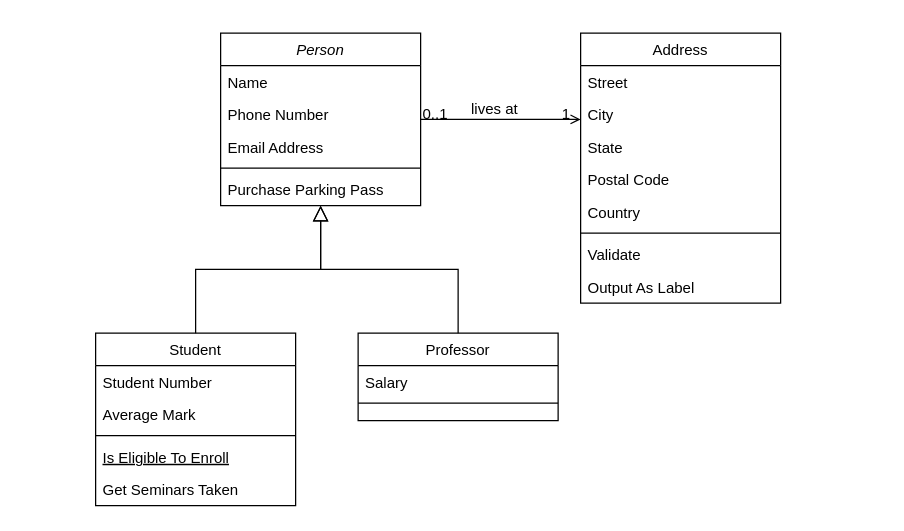
Before: planning/Untitled Diagram.drawio in TeyyaM/gitToDo, a draw.io diagram. Source tidied: cells renumbered, new cells numbered last; positions are measured from the earlier drawing's top-left corner, leaving out a move shared by most shapes. Both pictures are drawn from the tidied source at 125%, with x=0, y=0 at pixel (95, 32).
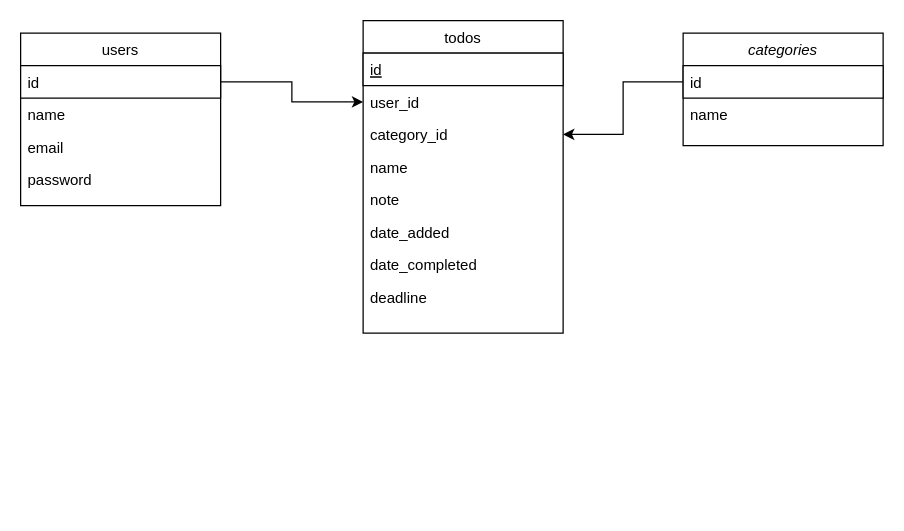
The same page after the edit.

What changed in the source:
```diff
@@
-    <mxCell id="2" value="Person" style="swimlane;fontStyle=2;align=center;verticalAlign=top;horizontal=1;startSize=26;rounded=0;shadow=0;strokeWidth=1;" parent="1" vertex="1">
-      <mxGeometry x="100" width="160" height="138" as="geometry" />
+    <mxCell id="2" value="categories" style="swimlane;fontStyle=2;align=center;verticalAlign=top;horizontal=1;startSize=26;rounded=0;shadow=0;strokeWidth=1;" parent="1" vertex="1">
+      <mxGeometry x="470" width="160" height="90" as="geometry" />
     </mxCell>
-    <mxCell id="3" value="Name" style="text;align=left;verticalAlign=top;spacingLeft=4;spacingRight=4;overflow=hidden;points=[[0,0.5],[1,0.5]];portConstraint=eastwest;" parent="2" vertex="1">
+    <mxCell id="3" value="id" style="text;align=left;verticalAlign=top;spacingLeft=4;spacingRight=4;overflow=hidden;points=[[0,0.5],[1,0.5]];portConstraint=eastwest;strokeColor=#000000;fillColor=#ffffff;" parent="2" vertex="1">
       <mxGeometry y="26" width="160" height="26" as="geometry" />
     </mxCell>
-    <mxCell id="4" value="Phone Number" style="text;align=left;verticalAlign=top;spacingLeft=4;spacingRight=4;overflow=hidden;rounded=0;shadow=0;html=0;" parent="2" vertex="1">
+    <mxCell id="4" value="name" style="text;align=left;verticalAlign=top;spacingLeft=4;spacingRight=4;overflow=hidden;rounded=0;shadow=0;html=0;" parent="2" vertex="1">
       <mxGeometry y="52" width="160" height="26" as="geometry" />
     </mxCell>
-    <mxCell id="5" value="Email Address" style="text;align=left;verticalAlign=top;spacingLeft=4;spacingRight=4;overflow=hidden;rounded=0;shadow=0;html=0;" parent="2" vertex="1">
-      <mxGeometry y="78" width="160" height="26" as="geometry" />
-    </mxCell>
-    <mxCell id="6" style="line;html=1;strokeWidth=1;align=left;verticalAlign=middle;spacingTop=-1;spacingLeft=3;spacingRight=3;labelPosition=right;" parent="2" vertex="1">
-      <mxGeometry y="104" width="160" height="8" as="geometry" />
-    </mxCell>
-    <mxCell id="7" value="Purchase Parking Pass" style="text;align=left;verticalAlign=top;spacingLeft=4;spacingRight=4;overflow=hidden;" parent="2" vertex="1">
-      <mxGeometry y="112" width="160" height="26" as="geometry" />
-    </mxCell>
-    <mxCell id="8" value="Student" style="swimlane;fontStyle=0;align=center;verticalAlign=top;horizontal=1;startSize=26;rounded=0;shadow=0;strokeWidth=1;" parent="1" vertex="1">
-      <mxGeometry y="240" width="160" height="138" as="geometry" />
+    <mxCell id="8" value="users" style="swimlane;fontStyle=0;align=center;verticalAlign=top;horizontal=1;startSize=26;rounded=0;shadow=0;strokeWidth=1;" parent="1" vertex="1">
+      <mxGeometry x="-60" width="160" height="138" as="geometry" />
     </mxCell>
-    <mxCell id="9" value="Student Number" style="text;align=left;verticalAlign=top;spacingLeft=4;spacingRight=4;overflow=hidden;points=[[0,0.5],[1,0.5]];portConstraint=eastwest;" parent="8" vertex="1">
+    <mxCell id="9" value="id" style="text;align=left;verticalAlign=top;spacingLeft=4;spacingRight=4;overflow=hidden;points=[[0,0.5],[1,0.5]];portConstraint=eastwest;fillColor=#ffffff;strokeColor=#000000;" parent="8" vertex="1">
       <mxGeometry y="26" width="160" height="26" as="geometry" />
     </mxCell>
-    <mxCell id="10" value="Average Mark" style="text;align=left;verticalAlign=top;spacingLeft=4;spacingRight=4;overflow=hidden;rounded=0;shadow=0;html=0;" parent="8" vertex="1">
+    <mxCell id="10" value="name" style="text;align=left;verticalAlign=top;spacingLeft=4;spacingRight=4;overflow=hidden;rounded=0;shadow=0;html=0;" parent="8" vertex="1">
       <mxGeometry y="52" width="160" height="26" as="geometry" />
     </mxCell>
-    <mxCell id="11" style="line;html=1;strokeWidth=1;align=left;verticalAlign=middle;spacingTop=-1;spacingLeft=3;spacingRight=3;labelPosition=right;" parent="8" vertex="1">
-      <mxGeometry y="78" width="160" height="8" as="geometry" />
-    </mxCell>
-    <mxCell id="12" value="Is Eligible To Enroll" style="text;align=left;verticalAlign=top;spacingLeft=4;spacingRight=4;overflow=hidden;fontStyle=4;" parent="8" vertex="1">
-      <mxGeometry y="86" width="160" height="26" as="geometry" />
+    <mxCell id="12" value="email" style="text;align=left;verticalAlign=top;spacingLeft=4;spacingRight=4;overflow=hidden;fontStyle=0;" parent="8" vertex="1">
+      <mxGeometry y="78" width="160" height="26" as="geometry" />
     </mxCell>
-    <mxCell id="13" value="Get Seminars Taken" style="text;align=left;verticalAlign=top;spacingLeft=4;spacingRight=4;overflow=hidden;" parent="8" vertex="1">
-      <mxGeometry y="112" width="160" height="26" as="geometry" />
+    <mxCell id="13" value="password" style="text;align=left;verticalAlign=top;spacingLeft=4;spacingRight=4;overflow=hidden;" parent="8" vertex="1">
+      <mxGeometry y="104" width="160" height="26" as="geometry" />
     </mxCell>
-    <mxCell id="14" style="endArrow=block;endSize=10;endFill=0;shadow=0;strokeWidth=1;rounded=0;edgeStyle=elbowEdgeStyle;elbow=vertical;" parent="1" edge="1" source="8" target="2">
-      <mxGeometry relative="1" as="geometry" />
-    </mxCell>
-    <mxCell id="15" value="Professor" style="swimlane;fontStyle=0;align=center;verticalAlign=top;horizontal=1;startSize=26;rounded=0;shadow=0;strokeWidth=1;" parent="1" vertex="1">
-      <mxGeometry x="210" y="240" width="160" height="70" as="geometry" />
-    </mxCell>
-    <mxCell id="16" value="Salary" style="text;align=left;verticalAlign=top;spacingLeft=4;spacingRight=4;overflow=hidden;" parent="15" vertex="1">
-      <mxGeometry y="26" width="160" height="26" as="geometry" />
-    </mxCell>
-    <mxCell id="17" style="line;html=1;strokeWidth=1;align=left;verticalAlign=middle;spacingTop=-1;spacingLeft=3;spacingRight=3;labelPosition=right;" parent="15" vertex="1">
-      <mxGeometry y="52" width="160" height="8" as="geometry" />
-    </mxCell>
-    <mxCell id="18" style="endArrow=block;endSize=10;endFill=0;shadow=0;strokeWidth=1;rounded=0;edgeStyle=elbowEdgeStyle;elbow=vertical;" parent="1" edge="1" source="15" target="2">
-      <mxGeometry relative="1" as="geometry" />
-    </mxCell>
-    <mxCell id="19" value="Address" style="swimlane;fontStyle=0;align=center;verticalAlign=top;horizontal=1;startSize=26;rounded=0;shadow=0;strokeWidth=1;" parent="1" vertex="1">
-      <mxGeometry x="388" width="160" height="216" as="geometry" />
+    <mxCell id="19" value="todos" style="swimlane;fontStyle=0;align=center;verticalAlign=top;horizontal=1;startSize=26;rounded=0;shadow=0;strokeWidth=1;" parent="1" vertex="1">
+      <mxGeometry x="214" y="-10" width="160" height="250" as="geometry" />
     </mxCell>
-    <mxCell id="20" value="Street" style="text;align=left;verticalAlign=top;spacingLeft=4;spacingRight=4;overflow=hidden;" parent="19" vertex="1">
+    <mxCell id="20" value="id" style="text;align=left;verticalAlign=top;spacingLeft=4;spacingRight=4;overflow=hidden;fontStyle=4;fillColor=#ffffff;strokeColor=#000000;" parent="19" vertex="1">
       <mxGeometry y="26" width="160" height="26" as="geometry" />
     </mxCell>
-    <mxCell id="21" value="City" style="text;align=left;verticalAlign=top;spacingLeft=4;spacingRight=4;overflow=hidden;points=[[0,0.5],[1,0.5]];portConstraint=eastwest;rounded=0;shadow=0;html=0;" parent="19" vertex="1">
+    <mxCell id="21" value="user_id" style="text;align=left;verticalAlign=top;spacingLeft=4;spacingRight=4;overflow=hidden;points=[[0,0.5],[1,0.5]];portConstraint=eastwest;rounded=0;shadow=0;html=0;" parent="19" vertex="1">
       <mxGeometry y="52" width="160" height="26" as="geometry" />
     </mxCell>
-    <mxCell id="22" value="State" style="text;align=left;verticalAlign=top;spacingLeft=4;spacingRight=4;overflow=hidden;points=[[0,0.5],[1,0.5]];portConstraint=eastwest;rounded=0;shadow=0;html=0;" parent="19" vertex="1">
+    <mxCell id="22" value="category_id" style="text;align=left;verticalAlign=top;spacingLeft=4;spacingRight=4;overflow=hidden;points=[[0,0.5],[1,0.5]];portConstraint=eastwest;rounded=0;shadow=0;html=0;" parent="19" vertex="1">
       <mxGeometry y="78" width="160" height="26" as="geometry" />
     </mxCell>
-    <mxCell id="23" value="Postal Code" style="text;align=left;verticalAlign=top;spacingLeft=4;spacingRight=4;overflow=hidden;rounded=0;shadow=0;html=0;" parent="19" vertex="1">
+    <mxCell id="23" value="name" style="text;align=left;verticalAlign=top;spacingLeft=4;spacingRight=4;overflow=hidden;rounded=0;shadow=0;html=0;" parent="19" vertex="1">
       <mxGeometry y="104" width="160" height="26" as="geometry" />
     </mxCell>
-    <mxCell id="24" value="Country" style="text;align=left;verticalAlign=top;spacingLeft=4;spacingRight=4;overflow=hidden;rounded=0;shadow=0;html=0;" parent="19" vertex="1">
+    <mxCell id="24" value="note" style="text;align=left;verticalAlign=top;spacingLeft=4;spacingRight=4;overflow=hidden;rounded=0;shadow=0;html=0;" parent="19" vertex="1">
       <mxGeometry y="130" width="160" height="26" as="geometry" />
     </mxCell>
-    <mxCell id="25" style="line;html=1;strokeWidth=1;align=left;verticalAlign=middle;spacingTop=-1;spacingLeft=3;spacingRight=3;labelPosition=right;" parent="19" vertex="1">
-      <mxGeometry y="156" width="160" height="8" as="geometry" />
-    </mxCell>
-    <mxCell id="26" value="Validate" style="text;align=left;verticalAlign=top;spacingLeft=4;spacingRight=4;overflow=hidden;" parent="19" vertex="1">
-      <mxGeometry y="164" width="160" height="26" as="geometry" />
+    <mxCell id="26" value="date_added" style="text;align=left;verticalAlign=top;spacingLeft=4;spacingRight=4;overflow=hidden;" parent="19" vertex="1">
+      <mxGeometry y="156" width="160" height="26" as="geometry" />
     </mxCell>
-    <mxCell id="27" value="Output As Label" style="text;align=left;verticalAlign=top;spacingLeft=4;spacingRight=4;overflow=hidden;" parent="19" vertex="1">
-      <mxGeometry y="190" width="160" height="26" as="geometry" />
+    <mxCell id="27" value="date_completed" style="text;align=left;verticalAlign=top;spacingLeft=4;spacingRight=4;overflow=hidden;" parent="19" vertex="1">
+      <mxGeometry y="182" width="160" height="26" as="geometry" />
     </mxCell>
-    <mxCell id="28" style="endArrow=open;shadow=0;strokeWidth=1;rounded=0;endFill=1;edgeStyle=elbowEdgeStyle;elbow=vertical;" parent="1" edge="1" source="2" target="19">
-      <mxGeometry x="0.5" y="41" relative="1" as="geometry">
-        <mxPoint x="-40" y="32" as="offset" />
-      </mxGeometry>
-    </mxCell>
-    <mxCell id="29" value="0..1" style="align=left;verticalAlign=bottom;labelBackgroundColor=none;fontSize=12;" parent="28" vertex="1">
-      <mxGeometry x="-1" relative="1" as="geometry">
-        <mxPoint y="4" as="offset" />
-      </mxGeometry>
-    </mxCell>
-    <mxCell id="30" value="1" style="align=right;verticalAlign=bottom;labelBackgroundColor=none;fontSize=12;" parent="28" vertex="1">
-      <mxGeometry x="1" relative="1" as="geometry">
-        <mxPoint x="-7" y="4" as="offset" />
-      </mxGeometry>
-    </mxCell>
-    <mxCell id="31" value="lives at" style="text;html=1;align=center;verticalAlign=middle;labelBackgroundColor=none;rounded=0;shadow=0;strokeWidth=1;fontSize=12;" parent="28" vertex="1">
-      <mxGeometry x="0.5" y="49" relative="1" as="geometry">
-        <mxPoint x="-38" y="40" as="offset" />
-      </mxGeometry>
-    </mxCell>
+    <mxCell id="32" value="deadline" style="text;align=left;verticalAlign=top;spacingLeft=4;spacingRight=4;overflow=hidden;" parent="19" vertex="1">
+      <mxGeometry y="208" width="160" height="26" as="geometry" />
+    </mxCell>
+    <mxCell id="33" style="edgeStyle=orthogonalEdgeStyle;rounded=0;jettySize=auto;html=1;exitX=1;exitY=0.5;exitDx=0;exitDy=0;entryX=0;entryY=0.5;entryDx=0;entryDy=0;" parent="1" edge="1" source="9" target="21">
+      <mxGeometry relative="1" as="geometry" />
+    </mxCell>
+    <mxCell id="34" style="edgeStyle=orthogonalEdgeStyle;rounded=0;jettySize=auto;html=1;exitX=0;exitY=0.5;exitDx=0;exitDy=0;entryX=1;entryY=0.5;entryDx=0;entryDy=0;" parent="1" edge="1" source="3" target="22">
+      <mxGeometry relative="1" as="geometry" />
+    </mxCell>
```
